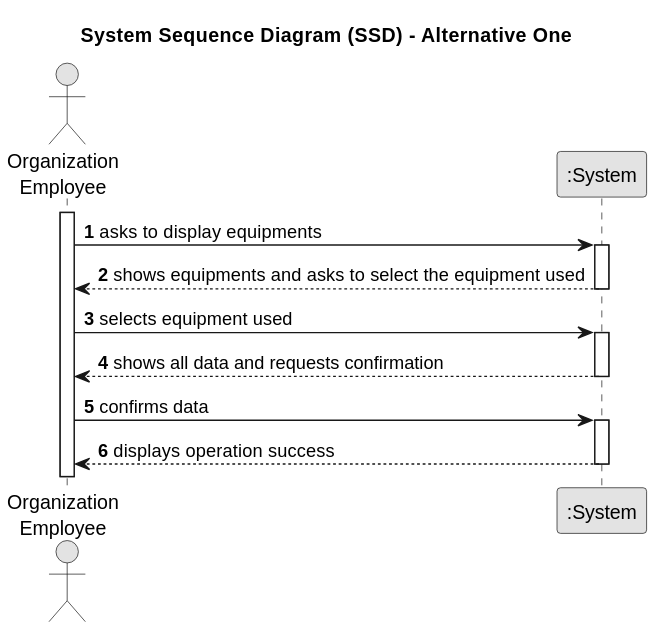
ricardomm7/leaflink keeps this PlantUML diagram as docs/sprintB/us010/01.requirements-engineering/svg/us010-system-sequence-diagram-alternative-one.svg. Above is the earlier version.
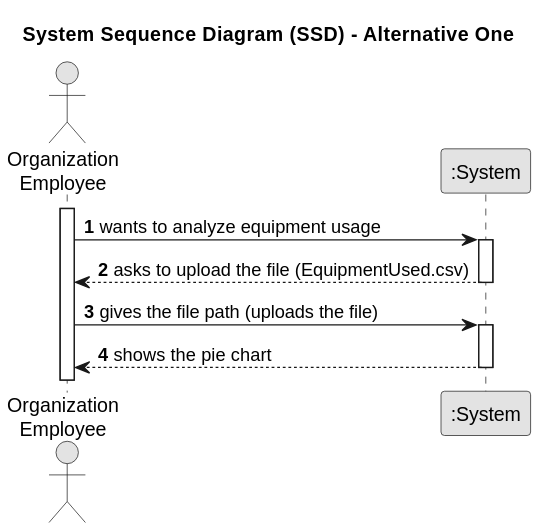
After the commit.

Change to the diagram source:
```diff
@@ -12,21 +12,15 @@
 
 activate Employee
 
-    Employee -> System : asks to display equipments
+    Employee -> System : wants to analyze equipment usage
     activate System
 
-        System --> Employee : shows equipments and asks to select the equipment used
+        System --> Employee : asks to upload the file (EquipmentUsed.csv)
     deactivate System
 
-    Employee -> System : selects equipment used
+    Employee -> System : gives the file path (uploads the file)
     activate System
 
-        System --> Employee : shows all data and requests confirmation
-    deactivate System
-
-    Employee -> System : confirms data
-    activate System
-
-        System --> Employee : displays operation success
+        System --> Employee : shows the pie chart
     deactivate System
 @enduml
```
